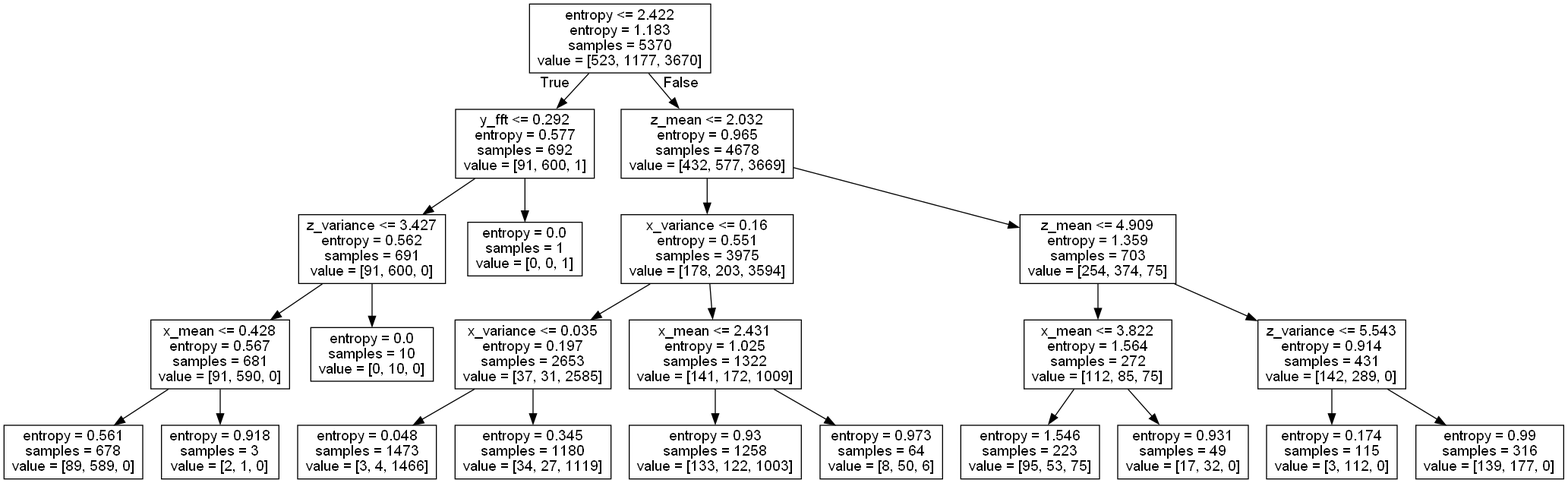
Before: tree.png, a diagram exported from Graphviz (WeiLi-hub/CS328-group16-finalproject). Its source is kept beside it as tree.dot. The source it was exported from:
```dot
digraph Tree {
node [shape=box, fontname="helvetica"] ;
edge [fontname="helvetica"] ;
0 [label="entropy <= 2.422\nentropy = 1.183\nsamples = 5370\nvalue = [523, 1177, 3670]"] ;
1 [label="y_fft <= 0.292\nentropy = 0.577\nsamples = 692\nvalue = [91, 600, 1]"] ;
0 -> 1 [labeldistance=2.5, labelangle=45, headlabel="True"] ;
2 [label="z_variance <= 3.427\nentropy = 0.562\nsamples = 691\nvalue = [91, 600, 0]"] ;
1 -> 2 ;
3 [label="z_mean <= 0.055\nentropy = 0.567\nsamples = 681\nvalue = [91, 590, 0]"] ;
2 -> 3 ;
4 [label="entropy = 0.561\nsamples = 678\nvalue = [89, 589, 0]"] ;
3 -> 4 ;
5 [label="entropy = 0.918\nsamples = 3\nvalue = [2, 1, 0]"] ;
3 -> 5 ;
6 [label="entropy = 0.0\nsamples = 10\nvalue = [0, 10, 0]"] ;
2 -> 6 ;
7 [label="entropy = 0.0\nsamples = 1\nvalue = [0, 0, 1]"] ;
1 -> 7 ;
8 [label="z_mean <= 2.032\nentropy = 0.965\nsamples = 4678\nvalue = [432, 577, 3669]"] ;
0 -> 8 [labeldistance=2.5, labelangle=-45, headlabel="False"] ;
9 [label="x_variance <= 0.16\nentropy = 0.551\nsamples = 3975\nvalue = [178, 203, 3594]"] ;
8 -> 9 ;
10 [label="x_variance <= 0.035\nentropy = 0.197\nsamples = 2653\nvalue = [37, 31, 2585]"] ;
9 -> 10 ;
11 [label="entropy = 0.048\nsamples = 1473\nvalue = [3, 4, 1466]"] ;
10 -> 11 ;
12 [label="entropy = 0.345\nsamples = 1180\nvalue = [34, 27, 1119]"] ;
10 -> 12 ;
13 [label="x_mean <= 2.431\nentropy = 1.025\nsamples = 1322\nvalue = [141, 172, 1009]"] ;
9 -> 13 ;
14 [label="entropy = 0.93\nsamples = 1258\nvalue = [133, 122, 1003]"] ;
13 -> 14 ;
15 [label="entropy = 0.973\nsamples = 64\nvalue = [8, 50, 6]"] ;
13 -> 15 ;
16 [label="z_mean <= 4.909\nentropy = 1.359\nsamples = 703\nvalue = [254, 374, 75]"] ;
8 -> 16 ;
17 [label="x_mean <= 3.822\nentropy = 1.564\nsamples = 272\nvalue = [112, 85, 75]"] ;
16 -> 17 ;
18 [label="entropy = 1.546\nsamples = 223\nvalue = [95, 53, 75]"] ;
17 -> 18 ;
19 [label="entropy = 0.931\nsamples = 49\nvalue = [17, 32, 0]"] ;
17 -> 19 ;
20 [label="z_variance <= 5.543\nentropy = 0.914\nsamples = 431\nvalue = [142, 289, 0]"] ;
16 -> 20 ;
21 [label="entropy = 0.174\nsamples = 115\nvalue = [3, 112, 0]"] ;
20 -> 21 ;
22 [label="entropy = 0.99\nsamples = 316\nvalue = [139, 177, 0]"] ;
20 -> 22 ;
}
```
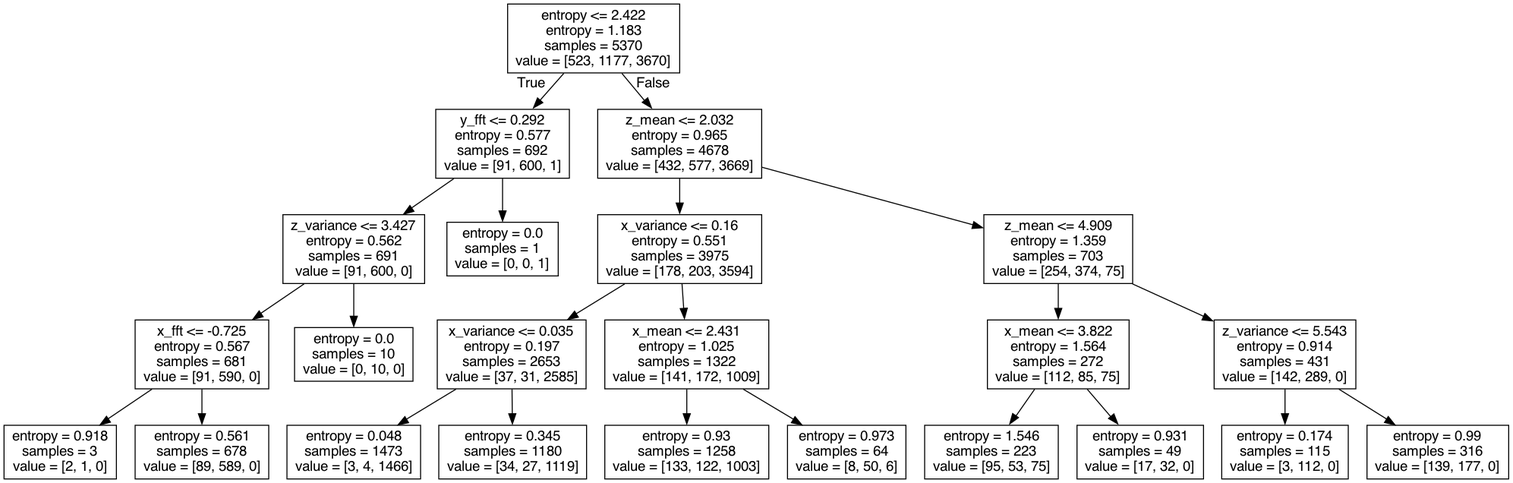
After the commit.

Diff of the diagram source:
```diff
@@ -6,11 +6,11 @@
 0 -> 1 [labeldistance=2.5, labelangle=45, headlabel="True"] ;
 2 [label="z_variance <= 3.427\nentropy = 0.562\nsamples = 691\nvalue = [91, 600, 0]"] ;
 1 -> 2 ;
-3 [label="z_mean <= 0.055\nentropy = 0.567\nsamples = 681\nvalue = [91, 590, 0]"] ;
+3 [label="x_fft <= -0.725\nentropy = 0.567\nsamples = 681\nvalue = [91, 590, 0]"] ;
 2 -> 3 ;
-4 [label="entropy = 0.561\nsamples = 678\nvalue = [89, 589, 0]"] ;
+4 [label="entropy = 0.918\nsamples = 3\nvalue = [2, 1, 0]"] ;
 3 -> 4 ;
-5 [label="entropy = 0.918\nsamples = 3\nvalue = [2, 1, 0]"] ;
+5 [label="entropy = 0.561\nsamples = 678\nvalue = [89, 589, 0]"] ;
 3 -> 5 ;
 6 [label="entropy = 0.0\nsamples = 10\nvalue = [0, 10, 0]"] ;
 2 -> 6 ;
```
